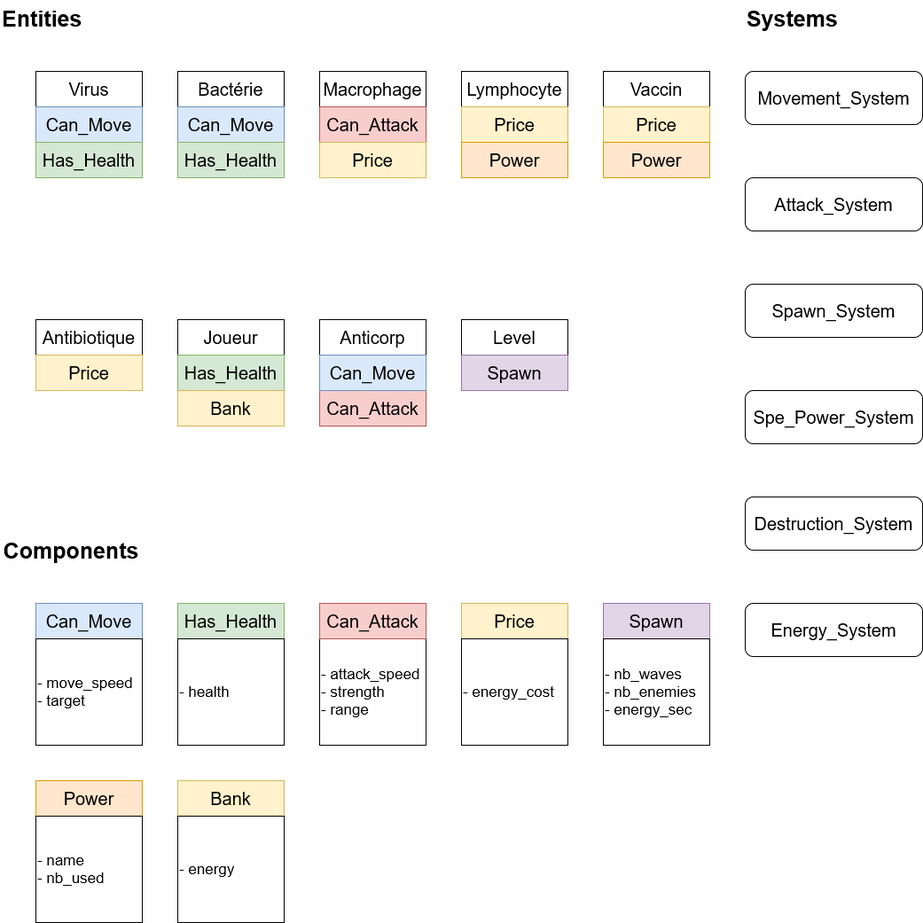
Above: entities_components.png in Titanmito/Immunocalypse (draw.io), before the change. Source tidied: cells renumbered, new cells last; positions are measured from the earlier drawing's top-left corner, leaving out a move shared by most shapes.
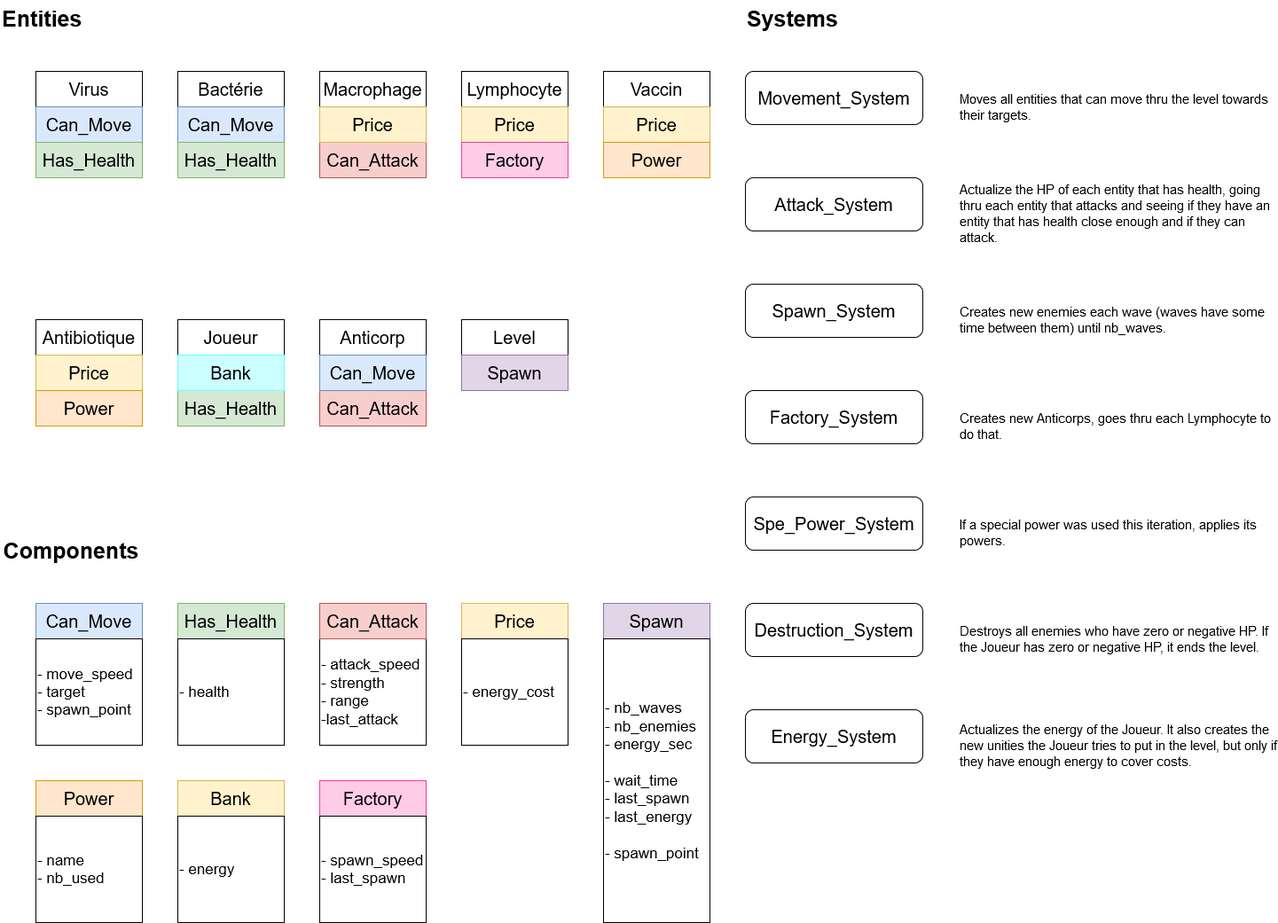
After the change.

Change to the diagram source:
```diff
@@ -32,7 +32,7 @@
     <mxCell id="11" value="&lt;font style=&quot;font-size: 20px&quot;&gt;Can_Move&lt;/font&gt;" style="rounded=0;whiteSpace=wrap;html=1;fillColor=#dae8fc;strokeColor=#6c8ebf;" parent="1" vertex="1">
       <mxGeometry x="40" y="680" width="120" height="40" as="geometry" />
     </mxCell>
-    <mxCell id="12" value="&lt;font style=&quot;font-size: 17px&quot;&gt;- move_speed&lt;/font&gt;&lt;br&gt;&lt;div style=&quot;font-size: 17px&quot; align=&quot;left&quot;&gt;&lt;font style=&quot;font-size: 17px&quot;&gt;- target&lt;/font&gt;&lt;/div&gt;" style="rounded=0;whiteSpace=wrap;html=1;align=left;" parent="1" vertex="1">
+    <mxCell id="12" value="&lt;font style=&quot;font-size: 17px&quot;&gt;- move_speed&lt;/font&gt;&lt;br&gt;&lt;div style=&quot;font-size: 17px&quot; align=&quot;left&quot;&gt;&lt;font style=&quot;font-size: 17px&quot;&gt;- target&lt;/font&gt;&lt;/div&gt;&lt;div style=&quot;font-size: 17px&quot; align=&quot;left&quot;&gt;&lt;font style=&quot;font-size: 17px&quot;&gt;- spawn_point&lt;br&gt;&lt;/font&gt;&lt;/div&gt;" style="rounded=0;whiteSpace=wrap;html=1;align=left;" parent="1" vertex="1">
       <mxGeometry x="40" y="720" width="120" height="120" as="geometry" />
     </mxCell>
     <mxCell id="13" value="&lt;font style=&quot;font-size: 20px&quot;&gt;Can_Move&lt;/font&gt;" style="rounded=0;whiteSpace=wrap;html=1;fillColor=#dae8fc;strokeColor=#6c8ebf;" parent="1" vertex="1">
@@ -54,16 +54,16 @@
       <mxGeometry x="200" y="160" width="120" height="40" as="geometry" />
     </mxCell>
     <mxCell id="19" value="&lt;font style=&quot;font-size: 20px&quot;&gt;Has_Health&lt;/font&gt;" style="rounded=0;whiteSpace=wrap;html=1;fillColor=#d5e8d4;strokeColor=#82b366;" parent="1" vertex="1">
-      <mxGeometry x="200" y="400" width="120" height="40" as="geometry" />
+      <mxGeometry x="200" y="440" width="120" height="40" as="geometry" />
     </mxCell>
     <mxCell id="20" value="&lt;font style=&quot;font-size: 20px&quot;&gt;Can_Attack&lt;/font&gt;" style="rounded=0;whiteSpace=wrap;html=1;fillColor=#f8cecc;strokeColor=#b85450;" parent="1" vertex="1">
       <mxGeometry x="360" y="680" width="120" height="40" as="geometry" />
     </mxCell>
-    <mxCell id="21" value="&lt;div&gt;&lt;font style=&quot;font-size: 17px&quot;&gt;- attack_speed&lt;/font&gt;&lt;/div&gt;&lt;div&gt;&lt;font style=&quot;font-size: 17px&quot;&gt;- strength&lt;br&gt;&lt;/font&gt;&lt;/div&gt;&lt;div&gt;&lt;font style=&quot;font-size: 17px&quot;&gt;- range&lt;br&gt;&lt;/font&gt;&lt;/div&gt;" style="rounded=0;whiteSpace=wrap;html=1;align=left;" parent="1" vertex="1">
+    <mxCell id="21" value="&lt;div&gt;&lt;font style=&quot;font-size: 17px&quot;&gt;- attack_speed&lt;/font&gt;&lt;/div&gt;&lt;div&gt;&lt;font style=&quot;font-size: 17px&quot;&gt;- strength&lt;br&gt;&lt;/font&gt;&lt;/div&gt;&lt;div&gt;&lt;font style=&quot;font-size: 17px&quot;&gt;- range&lt;/font&gt;&lt;/div&gt;&lt;div&gt;&lt;font style=&quot;font-size: 17px&quot;&gt;-last_attack&lt;br&gt;&lt;/font&gt;&lt;/div&gt;" style="rounded=0;whiteSpace=wrap;html=1;align=left;" parent="1" vertex="1">
       <mxGeometry x="360" y="720" width="120" height="120" as="geometry" />
     </mxCell>
     <mxCell id="22" value="&lt;font style=&quot;font-size: 20px&quot;&gt;Can_Attack&lt;/font&gt;" style="rounded=0;whiteSpace=wrap;html=1;fillColor=#f8cecc;strokeColor=#b85450;" parent="1" vertex="1">
-      <mxGeometry x="360" y="120" width="120" height="40" as="geometry" />
+      <mxGeometry x="360" y="160" width="120" height="40" as="geometry" />
     </mxCell>
     <mxCell id="23" value="&lt;font style=&quot;font-size: 20px&quot;&gt;Level&lt;/font&gt;" style="rounded=0;whiteSpace=wrap;html=1;" parent="1" vertex="1">
       <mxGeometry x="520" y="360" width="120" height="40" as="geometry" />
@@ -78,7 +78,7 @@
       <mxGeometry x="520" y="720" width="120" height="120" as="geometry" />
     </mxCell>
     <mxCell id="27" value="&lt;font style=&quot;font-size: 20px&quot;&gt;Price&lt;/font&gt;" style="rounded=0;whiteSpace=wrap;html=1;fillColor=#fff2cc;strokeColor=#d6b656;" parent="1" vertex="1">
-      <mxGeometry x="360" y="160" width="120" height="40" as="geometry" />
+      <mxGeometry x="360" y="120" width="120" height="40" as="geometry" />
     </mxCell>
     <mxCell id="28" value="&lt;font style=&quot;font-size: 20px&quot;&gt;Price&lt;/font&gt;" style="rounded=0;whiteSpace=wrap;html=1;fillColor=#fff2cc;strokeColor=#d6b656;" parent="1" vertex="1">
       <mxGeometry x="520" y="120" width="120" height="40" as="geometry" />
@@ -101,8 +101,8 @@
     <mxCell id="34" value="&lt;font style=&quot;font-size: 20px&quot;&gt;Spawn&lt;/font&gt;" style="rounded=0;whiteSpace=wrap;html=1;fillColor=#e1d5e7;strokeColor=#9673a6;" parent="1" vertex="1">
       <mxGeometry x="680" y="680" width="120" height="40" as="geometry" />
     </mxCell>
-    <mxCell id="35" value="&lt;div&gt;&lt;font style=&quot;font-size: 17px&quot;&gt;- nb_waves&lt;/font&gt;&lt;/div&gt;&lt;div&gt;&lt;font style=&quot;font-size: 17px&quot;&gt;- nb_enemies&lt;/font&gt;&lt;/div&gt;&lt;div&gt;&lt;font style=&quot;font-size: 17px&quot;&gt;- energy_sec&lt;br&gt;&lt;/font&gt;&lt;/div&gt;" style="rounded=0;whiteSpace=wrap;html=1;align=left;" parent="1" vertex="1">
-      <mxGeometry x="680" y="720" width="120" height="120" as="geometry" />
+    <mxCell id="35" value="&lt;div&gt;&lt;font style=&quot;font-size: 17px&quot;&gt;- nb_waves&lt;/font&gt;&lt;/div&gt;&lt;div&gt;&lt;font style=&quot;font-size: 17px&quot;&gt;- nb_enemies&lt;/font&gt;&lt;/div&gt;&lt;div&gt;&lt;font style=&quot;font-size: 17px&quot;&gt;- energy_sec&lt;br&gt;&lt;/font&gt;&lt;/div&gt;&lt;div&gt;&lt;font style=&quot;font-size: 17px&quot;&gt;&lt;br&gt;&lt;/font&gt;&lt;/div&gt;&lt;div&gt;&lt;font style=&quot;font-size: 17px&quot;&gt;- wait_time&lt;/font&gt;&lt;/div&gt;&lt;div&gt;&lt;font style=&quot;font-size: 17px&quot;&gt;- last_spawn&lt;/font&gt;&lt;/div&gt;&lt;div&gt;&lt;font style=&quot;font-size: 17px&quot;&gt;- last_energy&lt;br&gt;&lt;/font&gt;&lt;/div&gt;&lt;div&gt;&lt;font style=&quot;font-size: 17px&quot;&gt;&lt;br&gt;&lt;/font&gt;&lt;/div&gt;&lt;div&gt;&lt;font style=&quot;font-size: 17px&quot;&gt;- spawn_point&lt;br&gt;&lt;/font&gt;&lt;/div&gt;" style="rounded=0;whiteSpace=wrap;html=1;align=left;" parent="1" vertex="1">
+      <mxGeometry x="680" y="720" width="120" height="320" as="geometry" />
     </mxCell>
     <mxCell id="36" value="&lt;font style=&quot;font-size: 20px&quot;&gt;Spawn&lt;/font&gt;" style="rounded=0;whiteSpace=wrap;html=1;fillColor=#e1d5e7;strokeColor=#9673a6;" parent="1" vertex="1">
       <mxGeometry x="520" y="400" width="120" height="40" as="geometry" />
@@ -120,7 +120,7 @@
       <mxGeometry x="840" y="320" width="200" height="60" as="geometry" />
     </mxCell>
     <mxCell id="41" value="&lt;font style=&quot;font-size: 20px&quot;&gt;Spe_Power_System&lt;/font&gt;" style="rounded=1;whiteSpace=wrap;html=1;" parent="1" vertex="1">
-      <mxGeometry x="840" y="440" width="200" height="60" as="geometry" />
+      <mxGeometry x="840" y="560" width="200" height="60" as="geometry" />
     </mxCell>
     <mxCell id="42" value="&lt;font style=&quot;font-size: 20px&quot;&gt;Power&lt;/font&gt;" style="rounded=0;whiteSpace=wrap;html=1;fillColor=#ffe6cc;strokeColor=#d79b00;" parent="1" vertex="1">
       <mxGeometry x="40" y="880" width="120" height="40" as="geometry" />
@@ -132,10 +132,10 @@
       <mxGeometry x="680" y="160" width="120" height="40" as="geometry" />
     </mxCell>
     <mxCell id="45" value="&lt;font style=&quot;font-size: 20px&quot;&gt;Power&lt;/font&gt;" style="rounded=0;whiteSpace=wrap;html=1;fillColor=#ffe6cc;strokeColor=#d79b00;" parent="1" vertex="1">
-      <mxGeometry x="520" y="160" width="120" height="40" as="geometry" />
+      <mxGeometry x="40" y="440" width="120" height="40" as="geometry" />
     </mxCell>
     <mxCell id="46" value="&lt;font style=&quot;font-size: 20px&quot;&gt;Destruction_System&lt;/font&gt;" style="rounded=1;whiteSpace=wrap;html=1;" parent="1" vertex="1">
-      <mxGeometry x="840" y="560" width="200" height="60" as="geometry" />
+      <mxGeometry x="840" y="680" width="200" height="60" as="geometry" />
     </mxCell>
     <mxCell id="47" value="&lt;font style=&quot;font-size: 20px&quot;&gt;Bank&lt;/font&gt;" style="rounded=0;whiteSpace=wrap;html=1;fillColor=#fff2cc;strokeColor=#d6b656;" parent="1" vertex="1">
       <mxGeometry x="200" y="880" width="120" height="40" as="geometry" />
@@ -143,11 +143,44 @@
     <mxCell id="48" value="&lt;div&gt;&lt;font style=&quot;font-size: 17px&quot;&gt;- energy&lt;/font&gt;&lt;/div&gt;" style="rounded=0;whiteSpace=wrap;html=1;align=left;" parent="1" vertex="1">
       <mxGeometry x="200" y="920" width="120" height="120" as="geometry" />
     </mxCell>
-    <mxCell id="49" value="&lt;font style=&quot;font-size: 20px&quot;&gt;Bank&lt;/font&gt;" style="rounded=0;whiteSpace=wrap;html=1;fillColor=#fff2cc;strokeColor=#d6b656;" parent="1" vertex="1">
-      <mxGeometry x="200" y="440" width="120" height="40" as="geometry" />
+    <mxCell id="49" value="&lt;font style=&quot;font-size: 20px&quot;&gt;Bank&lt;/font&gt;" style="rounded=0;whiteSpace=wrap;html=1;fillColor=#CCFFFF;strokeColor=#66FFFF;" parent="1" vertex="1">
+      <mxGeometry x="200" y="400" width="120" height="40" as="geometry" />
     </mxCell>
     <mxCell id="50" value="&lt;font style=&quot;font-size: 20px&quot;&gt;Energy_System&lt;/font&gt;" style="rounded=1;whiteSpace=wrap;html=1;" parent="1" vertex="1">
-      <mxGeometry x="840" y="680" width="200" height="60" as="geometry" />
+      <mxGeometry x="840" y="800" width="200" height="60" as="geometry" />
     </mxCell>
+    <mxCell id="51" value="&lt;font style=&quot;font-size: 20px&quot;&gt;Factory&lt;/font&gt;" style="rounded=0;whiteSpace=wrap;html=1;fillColor=#FFCCE6;strokeColor=#FF3399;" parent="1" vertex="1">
+      <mxGeometry x="360" y="880" width="120" height="40" as="geometry" />
+    </mxCell>
+    <mxCell id="52" value="&lt;div&gt;&lt;font style=&quot;font-size: 17px&quot;&gt;- spawn_speed&lt;br&gt;&lt;/font&gt;&lt;/div&gt;&lt;div&gt;&lt;font style=&quot;font-size: 17px&quot;&gt;- last_spawn&lt;br&gt;&lt;/font&gt;&lt;/div&gt;" style="rounded=0;whiteSpace=wrap;html=1;align=left;" parent="1" vertex="1">
+      <mxGeometry x="360" y="920" width="120" height="120" as="geometry" />
+    </mxCell>
+    <mxCell id="53" value="&lt;font style=&quot;font-size: 20px&quot;&gt;Factory&lt;/font&gt;" style="rounded=0;whiteSpace=wrap;html=1;fillColor=#FFCCE6;strokeColor=#FF3399;" parent="1" vertex="1">
+      <mxGeometry x="520" y="160" width="120" height="40" as="geometry" />
+    </mxCell>
+    <mxCell id="54" value="&lt;font style=&quot;font-size: 20px&quot;&gt;Factory_System&lt;/font&gt;" style="rounded=1;whiteSpace=wrap;html=1;" parent="1" vertex="1">
+      <mxGeometry x="840" y="440" width="200" height="60" as="geometry" />
+    </mxCell>
+    <mxCell id="55" value="Moves all entities that can move thru the level towards their targets." style="text;html=1;strokeColor=none;fillColor=none;align=left;verticalAlign=middle;whiteSpace=wrap;rounded=0;fontSize=15;" parent="1" vertex="1">
+      <mxGeometry x="1080" y="80" width="360" height="80" as="geometry" />
+    </mxCell>
+    <mxCell id="56" value="Actualize the HP of each entity that has health, going thru each entity that attacks and seeing if they have an entity that has health close enough and if they can attack. " style="text;html=1;strokeColor=none;fillColor=none;align=left;verticalAlign=middle;whiteSpace=wrap;rounded=0;fontSize=15;" parent="1" vertex="1">
+      <mxGeometry x="1080" y="200" width="360" height="80" as="geometry" />
+    </mxCell>
+    <mxCell id="57" value="Creates new enemies each wave (waves have some time between them) until nb_waves. " style="text;html=1;strokeColor=none;fillColor=none;align=left;verticalAlign=middle;whiteSpace=wrap;rounded=0;fontSize=15;" parent="1" vertex="1">
+      <mxGeometry x="1080" y="320" width="360" height="80" as="geometry" />
+    </mxCell>
+    <mxCell id="58" value="Creates new Anticorps, goes thru each Lymphocyte to do that.&amp;nbsp; &amp;nbsp; " style="text;html=1;strokeColor=none;fillColor=none;align=left;verticalAlign=middle;whiteSpace=wrap;rounded=0;fontSize=15;" parent="1" vertex="1">
+      <mxGeometry x="1080" y="440" width="360" height="80" as="geometry" />
+    </mxCell>
+    <mxCell id="59" value="If a special power was used this iteration, applies its powers." style="text;html=1;strokeColor=none;fillColor=none;align=left;verticalAlign=middle;whiteSpace=wrap;rounded=0;fontSize=15;" parent="1" vertex="1">
+      <mxGeometry x="1080" y="560" width="360" height="80" as="geometry" />
+    </mxCell>
+    <mxCell id="60" value="Destroys all enemies who have zero or negative HP. If the Joueur has zero or negative HP, it ends the level. " style="text;html=1;strokeColor=none;fillColor=none;align=left;verticalAlign=middle;whiteSpace=wrap;rounded=0;fontSize=15;" parent="1" vertex="1">
+      <mxGeometry x="1080" y="680" width="360" height="80" as="geometry" />
+    </mxCell>
+    <mxCell id="61" value="Actualizes the energy of the Joueur. It also creates the new unities the Joueur tries to put in the level, but only if they have enough energy to cover costs. " style="text;html=1;strokeColor=none;fillColor=none;align=left;verticalAlign=middle;whiteSpace=wrap;rounded=0;fontSize=15;" parent="1" vertex="1">
+      <mxGeometry x="1080" y="800" width="360" height="80" as="geometry" />
+    </mxCell>
   </root>
 </mxGraphModel>
```
